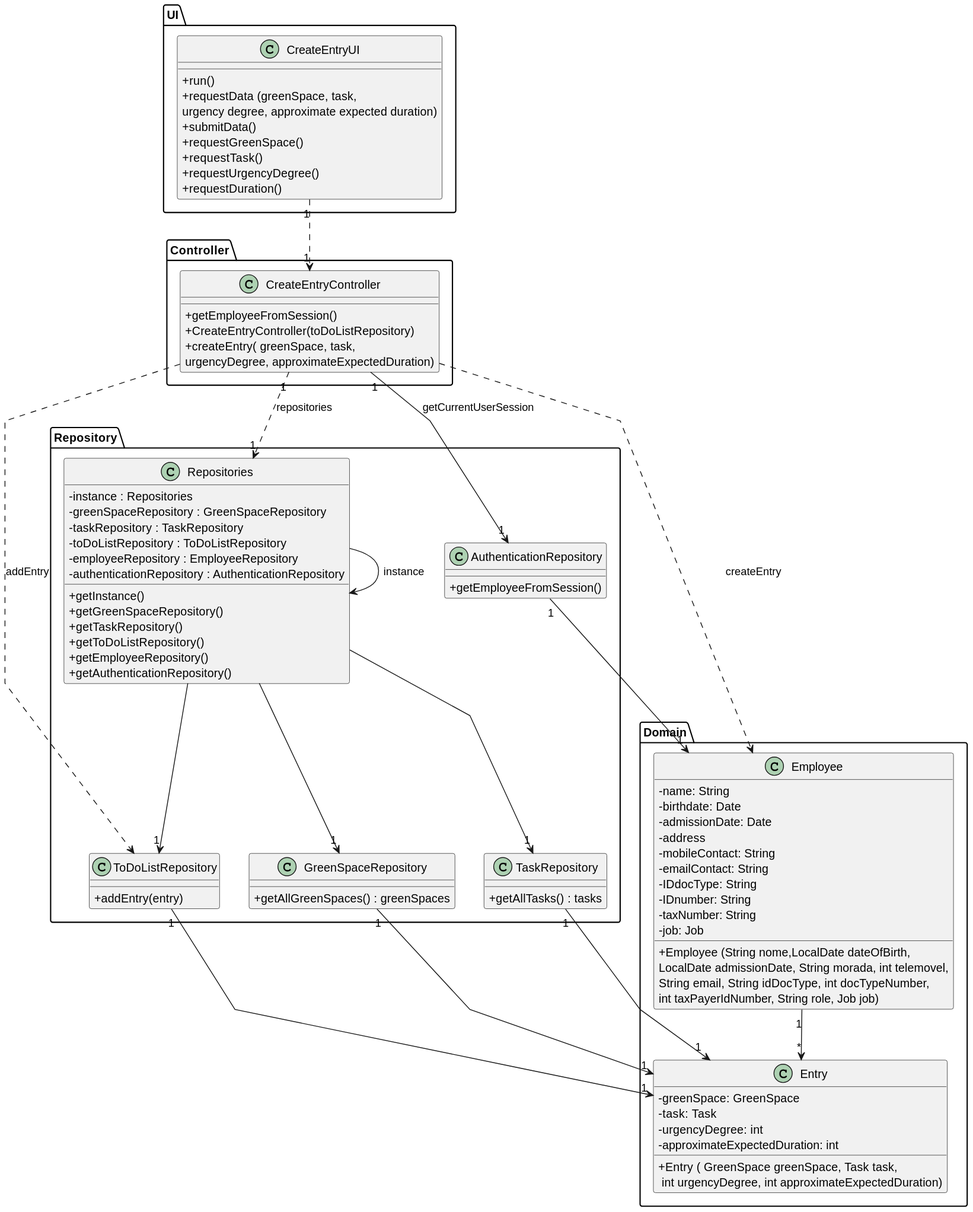
The PlantUML diagram docs/sprintC/us21/03.design/svg/us21-class-diagram.svg in Paulo-Pereira-at-ISEP/lei-24-s2-1nanb-g321, before a commit.
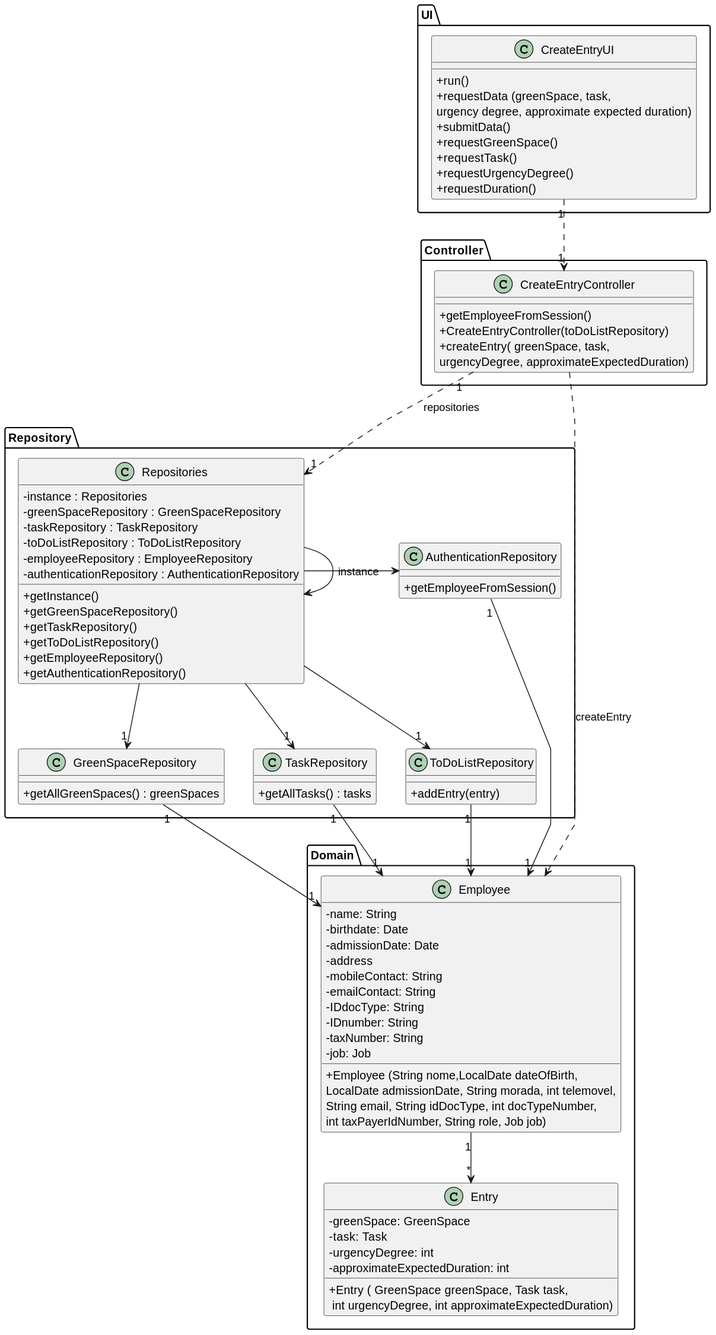
Later version of the same file.

Change to the diagram source:
```diff
@@ -92,17 +92,16 @@
 Repositories --> "1" GreenSpaceRepository
 Repositories --> "1" TaskRepository
 Repositories --> "1" ToDoListRepository
+Repositories -> AuthenticationRepository
 
-GreenSpaceRepository "1" --> "1" Entry
-TaskRepository  "1" --> "1" Entry
-ToDoListRepository "1" --> "1" Entry
+GreenSpaceRepository "1" --> "1" Employee
+TaskRepository  "1" --> "1" Employee
+ToDoListRepository "1" --> "1" Employee
 
 Employee "1" --> "*" Entry
 
 AuthenticationRepository "1" --> "1" Employee
 
-CreateEntryController ..> ToDoListRepository : addEntry
 CreateEntryController "1" ..> "1" Repositories : repositories
-CreateEntryController "1" --> "1" AuthenticationRepository : getCurrentUserSession
 CreateEntryController ..> Employee : createEntry
 @enduml
```
